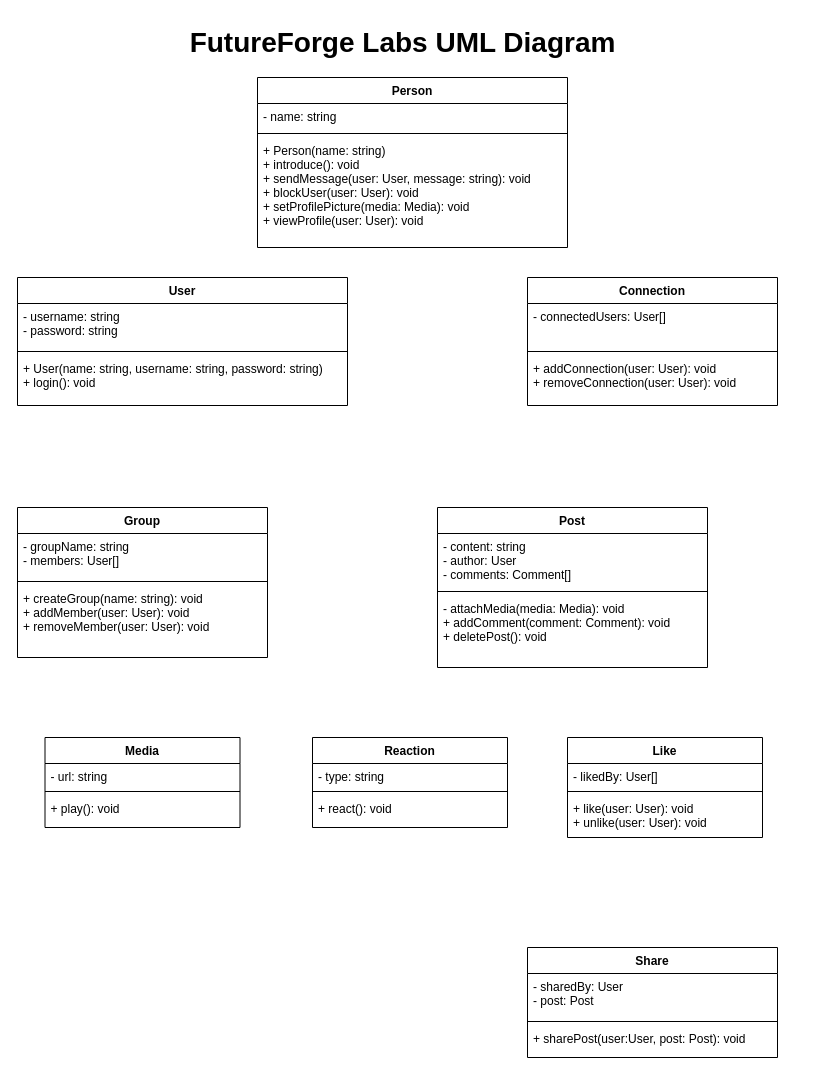
This is docs/futureforge/futureforgeuml.drawio from BlazerLabs/CSC-3105-22-23-Project-Repo, a draw.io file, before an edit. Source tidied: cells renumbered, new cells numbered last; positions are measured from the earlier drawing's top-left corner, leaving out a move shared by most shapes. Both pictures are drawn from the tidied source at 100%, with x=0, y=0 at pixel (17, 17).
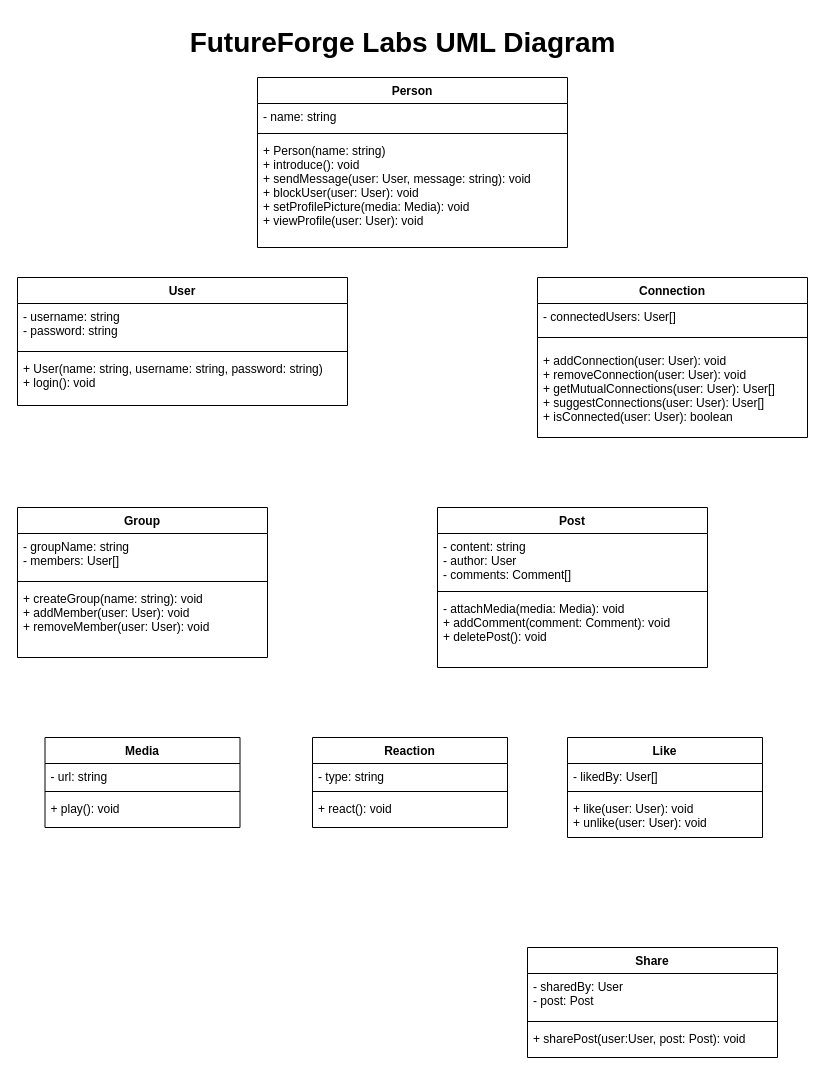
The same page after the edit.

Commit message:
Updated the Connection Class Diagram

Change to the diagram source:
```diff
@@
     <mxCell id="7" value="Connection" style="swimlane;fontStyle=1;align=center;verticalAlign=top;horizontal=1;startSize=26;" parent="1" vertex="1">
-      <mxGeometry x="510" y="260" width="250" height="128" as="geometry" />
+      <mxGeometry x="520" y="260" width="270" height="160" as="geometry" />
     </mxCell>
     <mxCell id="8" value="- connectedUsers: User[]" style="text;strokeColor=none;fillColor=none;align=left;verticalAlign=top;spacingLeft=4;spacingRight=4;overflow=hidden;" parent="7" vertex="1">
-      <mxGeometry y="26" width="250" height="44" as="geometry" />
+      <mxGeometry y="26" width="270" height="24" as="geometry" />
     </mxCell>
     <mxCell id="9" style="line;strokeWidth=1;fillColor=none;align=left;verticalAlign=middle;spacingTop=-1;spacingLeft=3;spacingRight=3;labelPosition=right;strokeColor=inherit;" parent="7" vertex="1">
-      <mxGeometry y="70" width="250" height="8" as="geometry" />
+      <mxGeometry y="50" width="270" height="20" as="geometry" />
     </mxCell>
-    <mxCell id="10" value="+ addConnection(user: User): void&#10;+ removeConnection(user: User): void" style="text;strokeColor=none;fillColor=none;align=left;verticalAlign=top;spacingLeft=4;spacingRight=4;overflow=hidden;" parent="7" vertex="1">
-      <mxGeometry y="78" width="250" height="50" as="geometry" />
+    <mxCell id="10" value="+ addConnection(user: User): void                      &#10; + removeConnection(user: User): void                   &#10; + getMutualConnections(user: User): User[]             &#10; + suggestConnections(user: User): User[]               &#10; + isConnected(user: User): boolean" style="text;strokeColor=none;fillColor=none;align=left;verticalAlign=top;spacingLeft=4;spacingRight=4;overflow=hidden;" parent="7" vertex="1">
+      <mxGeometry y="70" width="270" height="90" as="geometry" />
     </mxCell>
```
